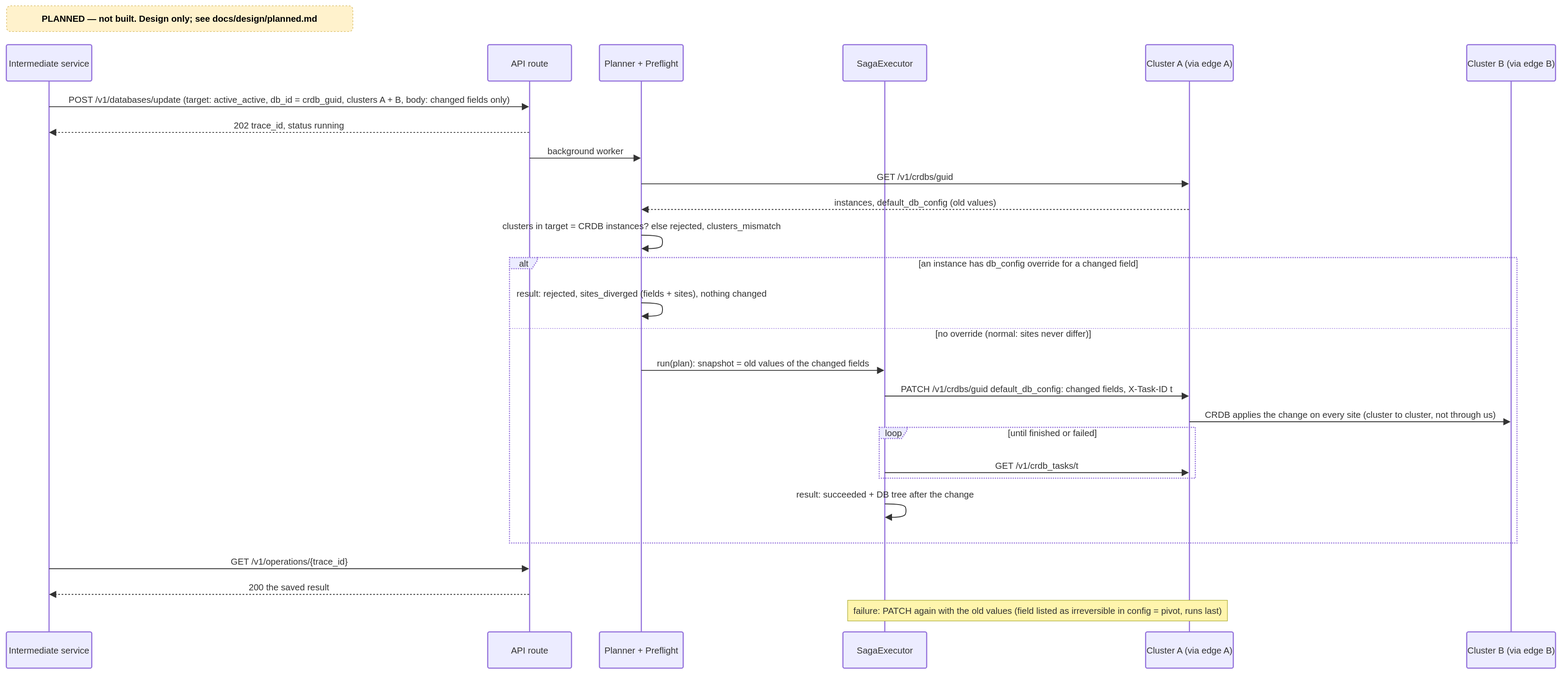
The draw.io diagram docs/diagrams/planned/p5-seq-edit-active-active.drawio.svg in EliShteinman/redis-enterprise-services, before a commit. Source tidied: cells renumbered, new cells last; positions are measured from the earlier drawing's top-left corner, leaving out a move shared by most shapes. The source it was exported from:
```xml
<mxGraphModel>
  <root>
    <mxCell id="0" />
    <mxCell id="1" parent="0" />
    <mxCell id="2" value="Intermediate service" style="html=1;shape=umlLifeline;perimeter=lifelinePerimeter;whiteSpace=wrap;outlineConnect=0;portConstraint=eastwest;newEdgeStyle={&quot;edgeStyle&quot;:&quot;sequenceEdgeStyle&quot;,&quot;libavoidRouting&quot;:0,&quot;curved&quot;:0,&quot;rounded&quot;:0};lifelineDashed=0;strokeWidth=2;rounded=1;absoluteArcSize=1;arcSize=6;lifelineColor=light-dark(#9370DB,#cccccc);size=65;lifelineMirror=1;fillColor=light-dark(#ECECFF,#1f2020);strokeColor=light-dark(#9370DB,#cccccc);fontColor=light-dark(#333333,#cccccc);fontFamily=Trebuchet MS,Verdana,Arial,sans-serif;fontSize=16;" parent="1" vertex="1">
      <mxGeometry y="70" width="153" height="1116" as="geometry" />
    </mxCell>
    <mxCell id="3" value="API route" style="html=1;shape=umlLifeline;perimeter=lifelinePerimeter;whiteSpace=wrap;outlineConnect=0;portConstraint=eastwest;newEdgeStyle={&quot;edgeStyle&quot;:&quot;sequenceEdgeStyle&quot;,&quot;libavoidRouting&quot;:0,&quot;curved&quot;:0,&quot;rounded&quot;:0};lifelineDashed=0;strokeWidth=2;rounded=1;absoluteArcSize=1;arcSize=6;lifelineColor=light-dark(#9370DB,#cccccc);size=65;lifelineMirror=1;fillColor=light-dark(#ECECFF,#1f2020);strokeColor=light-dark(#9370DB,#cccccc);fontColor=light-dark(#333333,#cccccc);fontFamily=Trebuchet MS,Verdana,Arial,sans-serif;fontSize=16;" parent="1" vertex="1">
      <mxGeometry x="862" y="70" width="150" height="1116" as="geometry" />
    </mxCell>
    <mxCell id="4" value="Planner + Preflight" style="html=1;shape=umlLifeline;perimeter=lifelinePerimeter;whiteSpace=wrap;outlineConnect=0;portConstraint=eastwest;newEdgeStyle={&quot;edgeStyle&quot;:&quot;sequenceEdgeStyle&quot;,&quot;libavoidRouting&quot;:0,&quot;curved&quot;:0,&quot;rounded&quot;:0};lifelineDashed=0;strokeWidth=2;rounded=1;absoluteArcSize=1;arcSize=6;lifelineColor=light-dark(#9370DB,#cccccc);size=65;lifelineMirror=1;fillColor=light-dark(#ECECFF,#1f2020);strokeColor=light-dark(#9370DB,#cccccc);fontColor=light-dark(#333333,#cccccc);fontFamily=Trebuchet MS,Verdana,Arial,sans-serif;fontSize=16;" parent="1" vertex="1">
      <mxGeometry x="1062" y="70" width="150" height="1116" as="geometry" />
    </mxCell>
    <mxCell id="5" value="SagaExecutor" style="html=1;shape=umlLifeline;perimeter=lifelinePerimeter;whiteSpace=wrap;outlineConnect=0;portConstraint=eastwest;newEdgeStyle={&quot;edgeStyle&quot;:&quot;sequenceEdgeStyle&quot;,&quot;libavoidRouting&quot;:0,&quot;curved&quot;:0,&quot;rounded&quot;:0};lifelineDashed=0;strokeWidth=2;rounded=1;absoluteArcSize=1;arcSize=6;lifelineColor=light-dark(#9370DB,#cccccc);size=65;lifelineMirror=1;fillColor=light-dark(#ECECFF,#1f2020);strokeColor=light-dark(#9370DB,#cccccc);fontColor=light-dark(#333333,#cccccc);fontFamily=Trebuchet MS,Verdana,Arial,sans-serif;fontSize=16;" parent="1" vertex="1">
      <mxGeometry x="1498" y="70" width="150" height="1116" as="geometry" />
    </mxCell>
    <mxCell id="6" value="Cluster A (via edge A)" style="html=1;shape=umlLifeline;perimeter=lifelinePerimeter;whiteSpace=wrap;outlineConnect=0;portConstraint=eastwest;newEdgeStyle={&quot;edgeStyle&quot;:&quot;sequenceEdgeStyle&quot;,&quot;libavoidRouting&quot;:0,&quot;curved&quot;:0,&quot;rounded&quot;:0};lifelineDashed=0;strokeWidth=2;rounded=1;absoluteArcSize=1;arcSize=6;lifelineColor=light-dark(#9370DB,#cccccc);size=65;lifelineMirror=1;fillColor=light-dark(#ECECFF,#1f2020);strokeColor=light-dark(#9370DB,#cccccc);fontColor=light-dark(#333333,#cccccc);fontFamily=Trebuchet MS,Verdana,Arial,sans-serif;fontSize=16;" parent="1" vertex="1">
      <mxGeometry x="2040" y="70" width="157" height="1116" as="geometry" />
    </mxCell>
    <mxCell id="7" value="Cluster B (via edge B)" style="html=1;shape=umlLifeline;perimeter=lifelinePerimeter;whiteSpace=wrap;outlineConnect=0;portConstraint=eastwest;newEdgeStyle={&quot;edgeStyle&quot;:&quot;sequenceEdgeStyle&quot;,&quot;libavoidRouting&quot;:0,&quot;curved&quot;:0,&quot;rounded&quot;:0};lifelineDashed=0;strokeWidth=2;rounded=1;absoluteArcSize=1;arcSize=6;lifelineColor=light-dark(#9370DB,#cccccc);size=65;lifelineMirror=1;fillColor=light-dark(#ECECFF,#1f2020);strokeColor=light-dark(#9370DB,#cccccc);fontColor=light-dark(#333333,#cccccc);fontFamily=Trebuchet MS,Verdana,Arial,sans-serif;fontSize=16;" parent="1" vertex="1">
      <mxGeometry x="2615" y="70" width="159" height="1116" as="geometry" />
    </mxCell>
    <mxCell id="8" value="alt" style="html=1;shape=umlFrame;dashed=1;fixDash=1;dashPattern=2 2;strokeWidth=2;fillColor=light-dark(#ECECFF,#1f2020);strokeColor=light-dark(#9370DB,#cccccc);fontSize=16;align=center;verticalAlign=middle;fontFamily=Trebuchet MS,Verdana,Arial,sans-serif;fontColor=light-dark(#333333,#cccccc);height=20;width=50;" parent="1" vertex="1">
      <mxGeometry x="901" y="451" width="1804" height="511" as="geometry" />
    </mxCell>
    <mxCell id="9" value="[an instance has db_config override for a changed field]" style="text;strokeColor=none;fillColor=none;align=center;verticalAlign=middle;whiteSpace=wrap;fontSize=16;fontFamily=Trebuchet MS,Verdana,Arial,sans-serif;fontColor=light-dark(#333333,#cccccc);" parent="8" vertex="1">
      <mxGeometry x="54" y="2" width="1750" height="16" as="geometry" />
    </mxCell>
    <mxCell id="10" style="shape=line;dashed=1;fixDash=1;dashPattern=2 2;strokeColor=light-dark(#9370DB,#cccccc);" parent="8" vertex="1">
      <mxGeometry y="126" width="1804" height="1" as="geometry" />
    </mxCell>
    <mxCell id="11" value="[no override (normal: sites never differ)]" style="text;strokeColor=none;fillColor=none;align=center;verticalAlign=middle;whiteSpace=wrap;fontSize=16;fontFamily=Trebuchet MS,Verdana,Arial,sans-serif;fontColor=light-dark(#333333,#cccccc);" parent="8" vertex="1">
      <mxGeometry y="128" width="1804" height="16" as="geometry" />
    </mxCell>
    <mxCell id="12" value="loop" style="html=1;shape=umlFrame;dashed=1;fixDash=1;dashPattern=2 2;strokeWidth=2;fillColor=light-dark(#ECECFF,#1f2020);strokeColor=light-dark(#9370DB,#cccccc);fontSize=16;align=center;verticalAlign=middle;fontFamily=Trebuchet MS,Verdana,Arial,sans-serif;fontColor=light-dark(#333333,#cccccc);height=20;width=50;" parent="1" vertex="1">
      <mxGeometry x="1563" y="755" width="566" height="91" as="geometry" />
    </mxCell>
    <mxCell id="13" value="[until finished or failed]" style="text;strokeColor=none;fillColor=none;align=center;verticalAlign=middle;whiteSpace=wrap;fontSize=16;fontFamily=Trebuchet MS,Verdana,Arial,sans-serif;fontColor=light-dark(#333333,#cccccc);" parent="12" vertex="1">
      <mxGeometry x="54" y="2" width="512" height="16" as="geometry" />
    </mxCell>
    <mxCell id="14" value="POST /v1/databases/update (target: active_active, db_id = crdb_guid, clusters A + B, body: changed fields only)" style="endArrow=block;endSize=9;verticalAlign=bottom;spacingBottom=2;edgeStyle=sequenceEdgeStyle;libavoidRouting=0;curved=0;rounded=0;fontSize=16;labelBackgroundColor=none;strokeWidth=1.5;strokeColor=light-dark(#333333,#cccccc);fontColor=light-dark(#333333,#cccccc);fontFamily=Trebuchet MS,Verdana,Arial,sans-serif;" parent="1" edge="1" source="2" target="3">
      <mxGeometry relative="1" as="geometry">
        <Array as="points">
          <mxPoint x="507" y="181" />
        </Array>
      </mxGeometry>
    </mxCell>
    <mxCell id="15" value="202 trace_id, status running" style="dashed=1;fixDash=1;dashPattern=3 3;endArrow=block;endSize=9;verticalAlign=bottom;spacingBottom=2;edgeStyle=sequenceEdgeStyle;libavoidRouting=0;curved=0;rounded=0;fontSize=16;labelBackgroundColor=none;strokeWidth=1.5;strokeColor=light-dark(#333333,#cccccc);fontColor=light-dark(#333333,#cccccc);fontFamily=Trebuchet MS,Verdana,Arial,sans-serif;" parent="1" edge="1" source="3" target="2">
      <mxGeometry relative="1" as="geometry">
        <Array as="points">
          <mxPoint x="507" y="227" />
        </Array>
      </mxGeometry>
    </mxCell>
    <mxCell id="16" value="background worker" style="endArrow=block;endSize=9;verticalAlign=bottom;spacingBottom=2;edgeStyle=sequenceEdgeStyle;libavoidRouting=0;curved=0;rounded=0;fontSize=16;labelBackgroundColor=none;strokeWidth=1.5;strokeColor=light-dark(#333333,#cccccc);fontColor=light-dark(#333333,#cccccc);fontFamily=Trebuchet MS,Verdana,Arial,sans-serif;" parent="1" edge="1" source="3" target="4">
      <mxGeometry relative="1" as="geometry">
        <Array as="points">
          <mxPoint x="1037" y="273" />
        </Array>
      </mxGeometry>
    </mxCell>
    <mxCell id="17" value="GET /v1/crdbs/guid" style="endArrow=block;endSize=9;verticalAlign=bottom;spacingBottom=2;edgeStyle=sequenceEdgeStyle;libavoidRouting=0;curved=0;rounded=0;fontSize=16;labelBackgroundColor=none;strokeWidth=1.5;strokeColor=light-dark(#333333,#cccccc);fontColor=light-dark(#333333,#cccccc);fontFamily=Trebuchet MS,Verdana,Arial,sans-serif;" parent="1" edge="1" source="4" target="6">
      <mxGeometry relative="1" as="geometry">
        <Array as="points">
          <mxPoint x="1628" y="319" />
        </Array>
      </mxGeometry>
    </mxCell>
    <mxCell id="18" value="instances, default_db_config (old values)" style="dashed=1;fixDash=1;dashPattern=3 3;endArrow=block;endSize=9;verticalAlign=bottom;spacingBottom=2;edgeStyle=sequenceEdgeStyle;libavoidRouting=0;curved=0;rounded=0;fontSize=16;labelBackgroundColor=none;strokeWidth=1.5;strokeColor=light-dark(#333333,#cccccc);fontColor=light-dark(#333333,#cccccc);fontFamily=Trebuchet MS,Verdana,Arial,sans-serif;" parent="1" edge="1" source="6" target="4">
      <mxGeometry relative="1" as="geometry">
        <Array as="points">
          <mxPoint x="1628" y="365" />
        </Array>
      </mxGeometry>
    </mxCell>
    <mxCell id="19" style="edgeStyle=sequenceEdgeStyle;libavoidRouting=0;curved=1;endArrow=block;endSize=9;verticalAlign=bottom;align=center;fontSize=16;labelBackgroundColor=none;strokeWidth=1.5;strokeColor=light-dark(#333333,#cccccc);fontColor=light-dark(#333333,#cccccc);fontFamily=Trebuchet MS,Verdana,Arial,sans-serif;" parent="1" edge="1" source="4" target="4">
      <mxGeometry relative="1" as="geometry">
        <Array as="points">
          <mxPoint x="1172" y="411" />
          <mxPoint x="1176" y="423" />
          <mxPoint x="1172" y="435" />
        </Array>
      </mxGeometry>
    </mxCell>
    <mxCell id="20" value="clusters in target = CRDB instances? else rejected, clusters_mismatch" style="text;html=1;strokeColor=none;fillColor=none;align=center;verticalAlign=middle;fontFamily=Trebuchet MS,Verdana,Arial,sans-serif;fontSize=16;fontColor=light-dark(#333333,#cccccc);" parent="1" vertex="1">
      <mxGeometry x="1037" y="385" width="200" height="18" as="geometry" />
    </mxCell>
    <mxCell id="21" style="edgeStyle=sequenceEdgeStyle;libavoidRouting=0;curved=1;endArrow=block;endSize=9;verticalAlign=bottom;align=center;fontSize=16;labelBackgroundColor=none;strokeWidth=1.5;strokeColor=light-dark(#333333,#cccccc);fontColor=light-dark(#333333,#cccccc);fontFamily=Trebuchet MS,Verdana,Arial,sans-serif;" parent="1" edge="1" source="4" target="4">
      <mxGeometry relative="1" as="geometry">
        <Array as="points">
          <mxPoint x="1172" y="532" />
          <mxPoint x="1176" y="544" />
          <mxPoint x="1172" y="556" />
        </Array>
      </mxGeometry>
    </mxCell>
    <mxCell id="22" value="result: rejected, sites_diverged (fields + sites), nothing changed" style="text;html=1;strokeColor=none;fillColor=none;align=center;verticalAlign=middle;fontFamily=Trebuchet MS,Verdana,Arial,sans-serif;fontSize=16;fontColor=light-dark(#333333,#cccccc);" parent="1" vertex="1">
      <mxGeometry x="1037" y="506" width="200" height="18" as="geometry" />
    </mxCell>
    <mxCell id="23" value="run(plan): snapshot = old values of the changed fields" style="endArrow=block;endSize=9;verticalAlign=bottom;spacingBottom=2;edgeStyle=sequenceEdgeStyle;libavoidRouting=0;curved=0;rounded=0;fontSize=16;labelBackgroundColor=none;strokeWidth=1.5;strokeColor=light-dark(#333333,#cccccc);fontColor=light-dark(#333333,#cccccc);fontFamily=Trebuchet MS,Verdana,Arial,sans-serif;" parent="1" edge="1" source="4" target="5">
      <mxGeometry relative="1" as="geometry">
        <Array as="points">
          <mxPoint x="1355" y="653" />
        </Array>
      </mxGeometry>
    </mxCell>
    <mxCell id="24" value="PATCH /v1/crdbs/guid default_db_config: changed fields, X-Task-ID t" style="endArrow=block;endSize=9;verticalAlign=bottom;spacingBottom=2;edgeStyle=sequenceEdgeStyle;libavoidRouting=0;curved=0;rounded=0;fontSize=16;labelBackgroundColor=none;strokeWidth=1.5;strokeColor=light-dark(#333333,#cccccc);fontColor=light-dark(#333333,#cccccc);fontFamily=Trebuchet MS,Verdana,Arial,sans-serif;" parent="1" edge="1" source="5" target="6">
      <mxGeometry relative="1" as="geometry">
        <Array as="points">
          <mxPoint x="1846" y="699" />
        </Array>
      </mxGeometry>
    </mxCell>
    <mxCell id="25" value="CRDB applies the change on every site (cluster to cluster, not through us)" style="endArrow=block;endSize=9;verticalAlign=bottom;spacingBottom=2;edgeStyle=sequenceEdgeStyle;libavoidRouting=0;curved=0;rounded=0;fontSize=16;labelBackgroundColor=none;strokeWidth=1.5;strokeColor=light-dark(#333333,#cccccc);fontColor=light-dark(#333333,#cccccc);fontFamily=Trebuchet MS,Verdana,Arial,sans-serif;" parent="1" edge="1" source="6" target="7">
      <mxGeometry relative="1" as="geometry">
        <Array as="points">
          <mxPoint x="2407" y="745" />
        </Array>
      </mxGeometry>
    </mxCell>
    <mxCell id="26" value="GET /v1/crdb_tasks/t" style="endArrow=block;endSize=9;verticalAlign=bottom;spacingBottom=2;edgeStyle=sequenceEdgeStyle;libavoidRouting=0;curved=0;rounded=0;fontSize=16;labelBackgroundColor=none;strokeWidth=1.5;strokeColor=light-dark(#333333,#cccccc);fontColor=light-dark(#333333,#cccccc);fontFamily=Trebuchet MS,Verdana,Arial,sans-serif;" parent="1" edge="1" source="5" target="6">
      <mxGeometry relative="1" as="geometry">
        <Array as="points">
          <mxPoint x="1846" y="836" />
        </Array>
      </mxGeometry>
    </mxCell>
    <mxCell id="27" style="edgeStyle=sequenceEdgeStyle;libavoidRouting=0;curved=1;endArrow=block;endSize=9;verticalAlign=bottom;align=center;fontSize=16;labelBackgroundColor=none;strokeWidth=1.5;strokeColor=light-dark(#333333,#cccccc);fontColor=light-dark(#333333,#cccccc);fontFamily=Trebuchet MS,Verdana,Arial,sans-serif;" parent="1" edge="1" source="5" target="5">
      <mxGeometry relative="1" as="geometry">
        <Array as="points">
          <mxPoint x="1608" y="892" />
          <mxPoint x="1612" y="904" />
          <mxPoint x="1608" y="916" />
        </Array>
      </mxGeometry>
    </mxCell>
    <mxCell id="28" value="result: succeeded + DB tree after the change" style="text;html=1;strokeColor=none;fillColor=none;align=center;verticalAlign=middle;fontFamily=Trebuchet MS,Verdana,Arial,sans-serif;fontSize=16;fontColor=light-dark(#333333,#cccccc);" parent="1" vertex="1">
      <mxGeometry x="1473" y="866" width="200" height="18" as="geometry" />
    </mxCell>
    <mxCell id="29" value="GET /v1/operations/{trace_id}" style="endArrow=block;endSize=9;verticalAlign=bottom;spacingBottom=2;edgeStyle=sequenceEdgeStyle;libavoidRouting=0;curved=0;rounded=0;fontSize=16;labelBackgroundColor=none;strokeWidth=1.5;strokeColor=light-dark(#333333,#cccccc);fontColor=light-dark(#333333,#cccccc);fontFamily=Trebuchet MS,Verdana,Arial,sans-serif;" parent="1" edge="1" source="2" target="3">
      <mxGeometry relative="1" as="geometry">
        <Array as="points">
          <mxPoint x="507" y="1008" />
        </Array>
      </mxGeometry>
    </mxCell>
    <mxCell id="30" value="200 the saved result" style="dashed=1;fixDash=1;dashPattern=3 3;endArrow=block;endSize=9;verticalAlign=bottom;spacingBottom=2;edgeStyle=sequenceEdgeStyle;libavoidRouting=0;curved=0;rounded=0;fontSize=16;labelBackgroundColor=none;strokeWidth=1.5;strokeColor=light-dark(#333333,#cccccc);fontColor=light-dark(#333333,#cccccc);fontFamily=Trebuchet MS,Verdana,Arial,sans-serif;" parent="1" edge="1" source="3" target="2">
      <mxGeometry relative="1" as="geometry">
        <Array as="points">
          <mxPoint x="507" y="1054" />
        </Array>
      </mxGeometry>
    </mxCell>
    <mxCell id="31" value="failure: PATCH again with the old values (field listed as irreversible in config = pivot, runs last)" style="html=1;fillColor=light-dark(#fff5ad,#2a2a2a);strokeColor=light-dark(#aaaa33,#cccccc);fontColor=light-dark(#333333,#cccccc);fontFamily=Trebuchet MS,Verdana,Arial,sans-serif;fontSize=16;" parent="1" vertex="1">
      <mxGeometry x="1506" y="1064" width="680" height="37" as="geometry" />
    </mxCell>
    <mxCell id="32" value="PLANNED — not built. Design only; see docs/design/planned.md" style="rounded=1;whiteSpace=wrap;html=1;fillColor=#fff2cc;strokeColor=#d6b656;fontSize=16;fontStyle=1;dashed=1;" parent="1" vertex="1">
      <mxGeometry width="620" height="46" as="geometry" />
    </mxCell>
  </root>
</mxGraphModel>
```
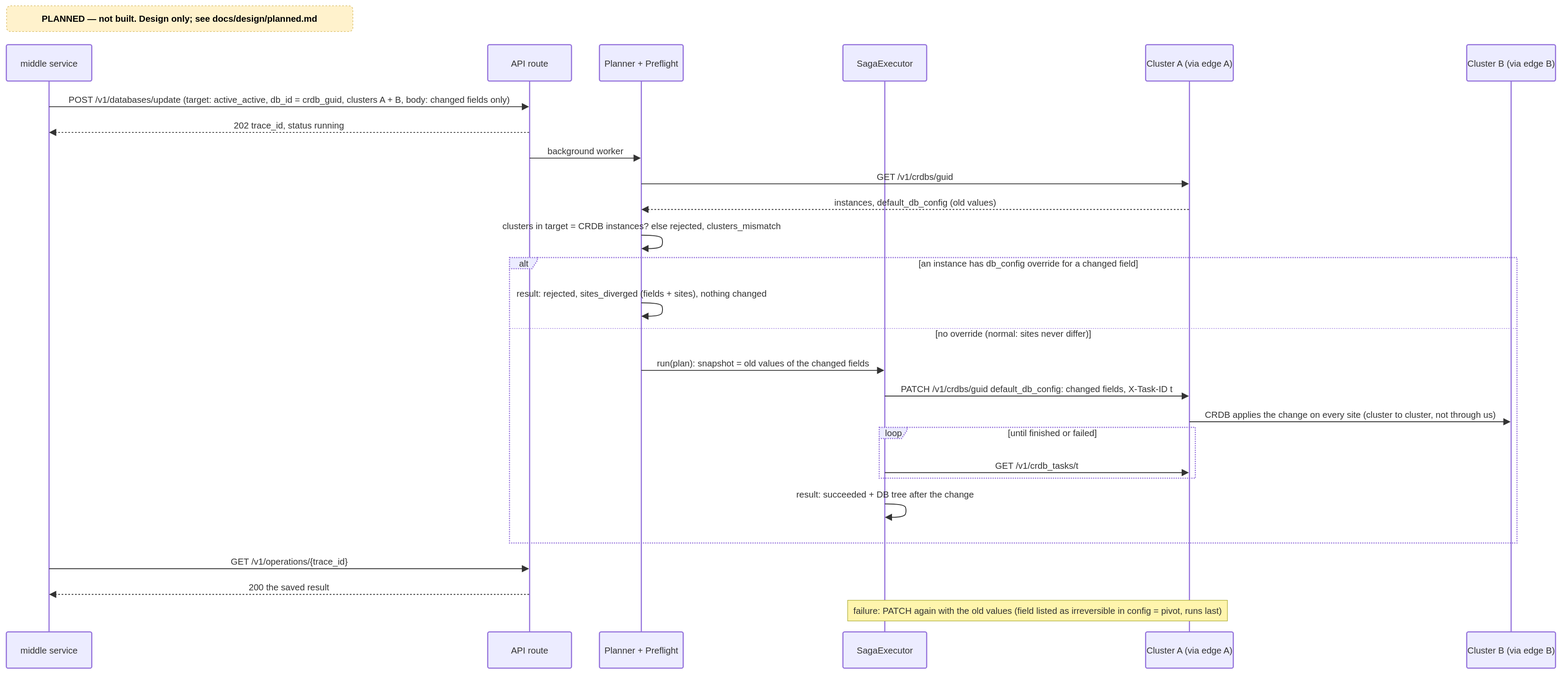
The same diagram one commit later.

Change to the diagram source:
```diff
@@ -2,7 +2,7 @@
   <root>
     <mxCell id="0" />
     <mxCell id="1" parent="0" />
-    <mxCell id="2" value="Intermediate service" style="html=1;shape=umlLifeline;perimeter=lifelinePerimeter;whiteSpace=wrap;outlineConnect=0;portConstraint=eastwest;newEdgeStyle={&quot;edgeStyle&quot;:&quot;sequenceEdgeStyle&quot;,&quot;libavoidRouting&quot;:0,&quot;curved&quot;:0,&quot;rounded&quot;:0};lifelineDashed=0;strokeWidth=2;rounded=1;absoluteArcSize=1;arcSize=6;lifelineColor=light-dark(#9370DB,#cccccc);size=65;lifelineMirror=1;fillColor=light-dark(#ECECFF,#1f2020);strokeColor=light-dark(#9370DB,#cccccc);fontColor=light-dark(#333333,#cccccc);fontFamily=Trebuchet MS,Verdana,Arial,sans-serif;fontSize=16;" parent="1" vertex="1">
+    <mxCell id="2" value="middle service" style="html=1;shape=umlLifeline;perimeter=lifelinePerimeter;whiteSpace=wrap;outlineConnect=0;portConstraint=eastwest;newEdgeStyle={&quot;edgeStyle&quot;:&quot;sequenceEdgeStyle&quot;,&quot;libavoidRouting&quot;:0,&quot;curved&quot;:0,&quot;rounded&quot;:0};lifelineDashed=0;strokeWidth=2;rounded=1;absoluteArcSize=1;arcSize=6;lifelineColor=light-dark(#9370DB,#cccccc);size=65;lifelineMirror=1;fillColor=light-dark(#ECECFF,#1f2020);strokeColor=light-dark(#9370DB,#cccccc);fontColor=light-dark(#333333,#cccccc);fontFamily=Trebuchet MS,Verdana,Arial,sans-serif;fontSize=16;" parent="1" vertex="1">
       <mxGeometry y="70" width="153" height="1116" as="geometry" />
     </mxCell>
     <mxCell id="3" value="API route" style="html=1;shape=umlLifeline;perimeter=lifelinePerimeter;whiteSpace=wrap;outlineConnect=0;portConstraint=eastwest;newEdgeStyle={&quot;edgeStyle&quot;:&quot;sequenceEdgeStyle&quot;,&quot;libavoidRouting&quot;:0,&quot;curved&quot;:0,&quot;rounded&quot;:0};lifelineDashed=0;strokeWidth=2;rounded=1;absoluteArcSize=1;arcSize=6;lifelineColor=light-dark(#9370DB,#cccccc);size=65;lifelineMirror=1;fillColor=light-dark(#ECECFF,#1f2020);strokeColor=light-dark(#9370DB,#cccccc);fontColor=light-dark(#333333,#cccccc);fontFamily=Trebuchet MS,Verdana,Arial,sans-serif;fontSize=16;" parent="1" vertex="1">
```
